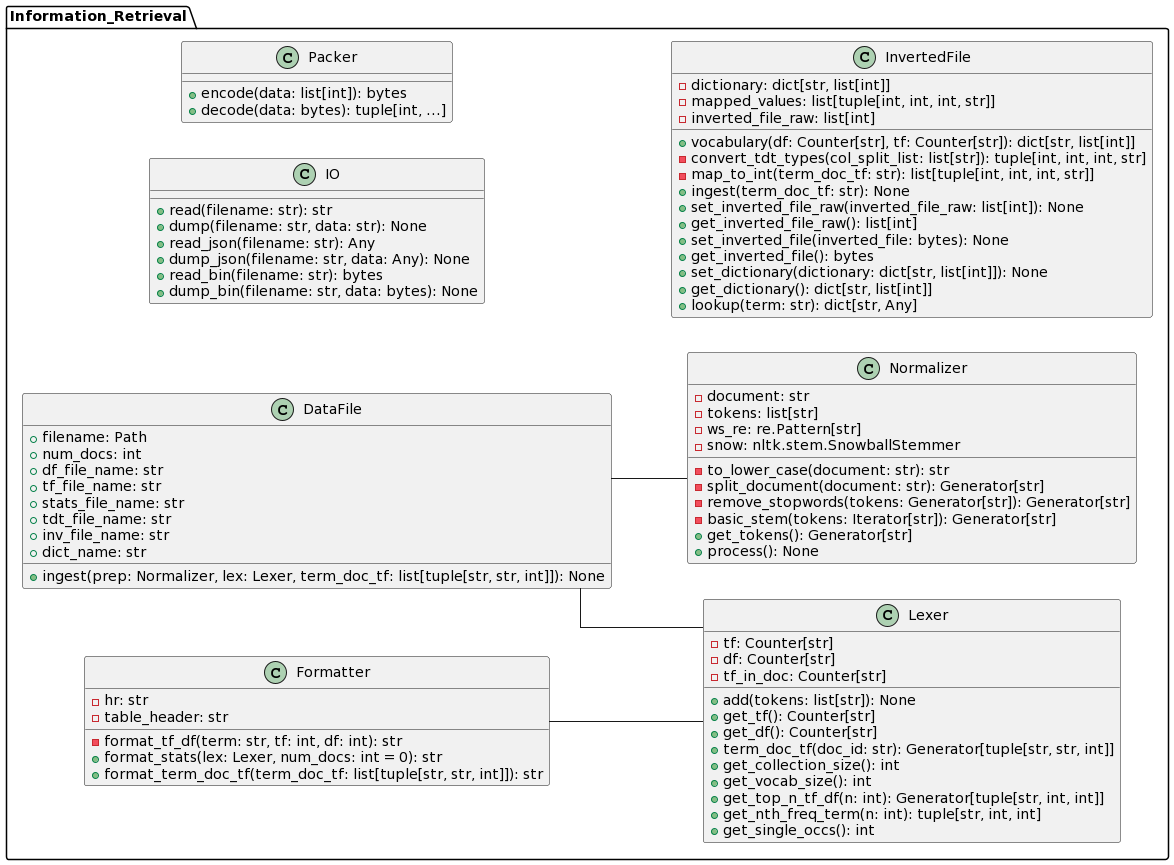
Earlier version of the PlantUML export 744_information_retrieval/assn/02/statics/uml.png (ribbas/grad_courses).
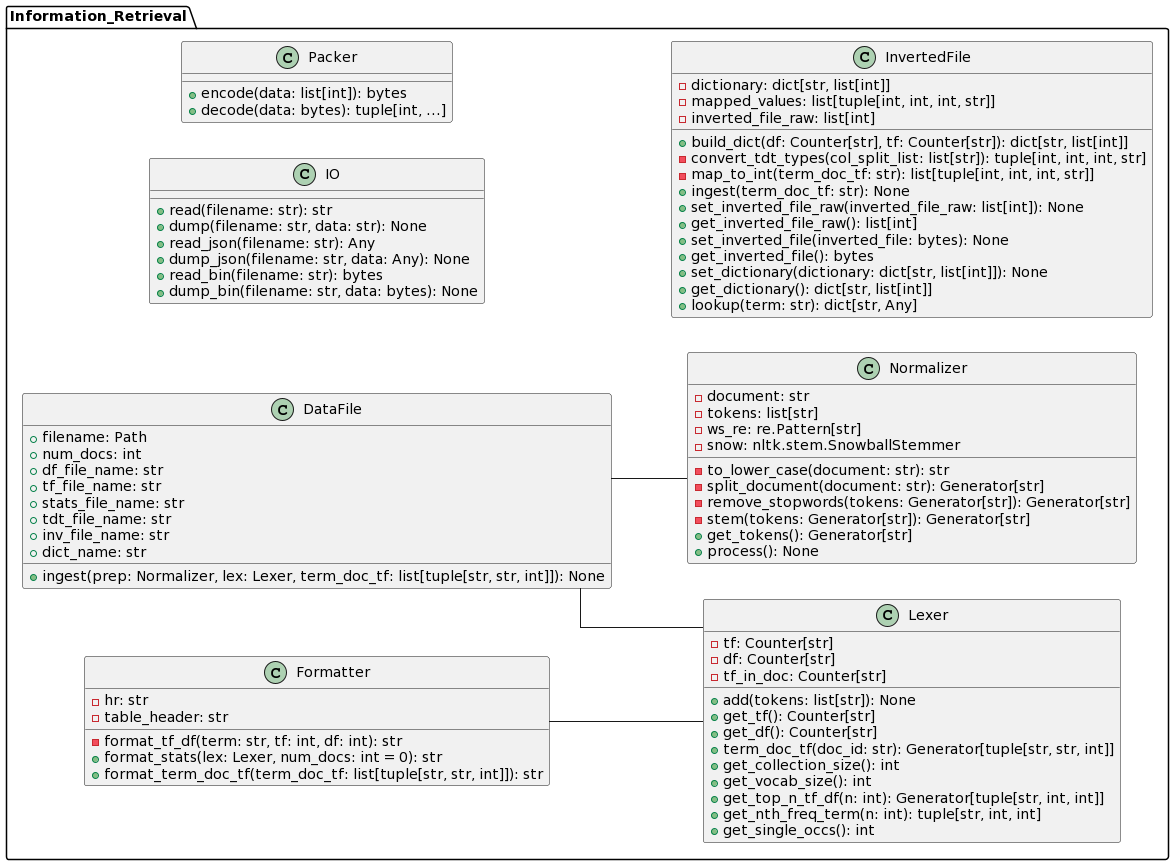
The same diagram one commit later.

What changed in the source:
```diff
@@ -42,7 +42,7 @@
     - to_lower_case(document: str): str
     - split_document(document: str): Generator[str]
     - remove_stopwords(tokens: Generator[str]): Generator[str]
-    - basic_stem(tokens: Iterator[str]): Generator[str]
+    - stem(tokens: Generator[str]): Generator[str]
     + get_tokens(): Generator[str]
     + process(): None
   }
@@ -71,7 +71,7 @@
     - dictionary: dict[str, list[int]]
     - mapped_values: list[tuple[int, int, int, str]]
     - inverted_file_raw: list[int]
-    + vocabulary(df: Counter[str], tf: Counter[str]): dict[str, list[int]]
+    + build_dict(df: Counter[str], tf: Counter[str]): dict[str, list[int]]
     - convert_tdt_types(col_split_list: list[str]): tuple[int, int, int, str]
     - map_to_int(term_doc_tf: str): list[tuple[int, int, int, str]]
     + ingest(term_doc_tf: str): None
```
